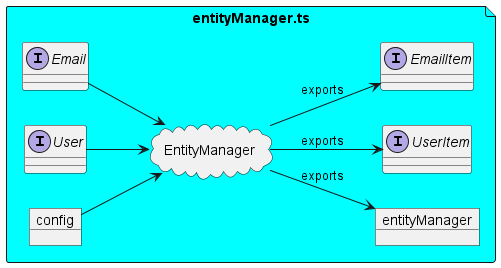
Above: assets/entityManager.png in karmaniverous/entity-manager-demo (PlantUML), before the change.
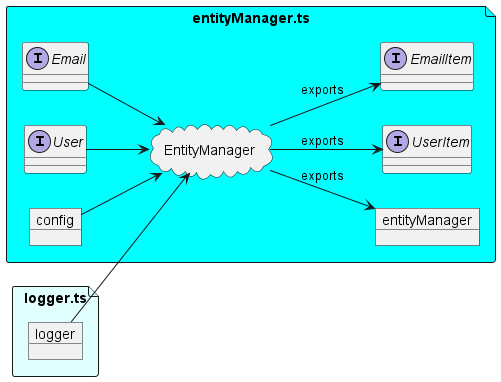
After the commit.

What changed in the source:
```diff
@@ -3,6 +3,10 @@
 allowmixing
 
 left to right direction
+
+file "logger.ts" as loggerTs #LightCyan {
+    object logger
+}
 
 file "entityManager.ts" as entityManagerTs #Cyan {
     interface Email
@@ -13,6 +17,7 @@
     Email --> EntityManager
     User --> EntityManager
     config --> EntityManager
+    logger --> EntityManager
 
     interface EmailItem
     interface UserItem
```
